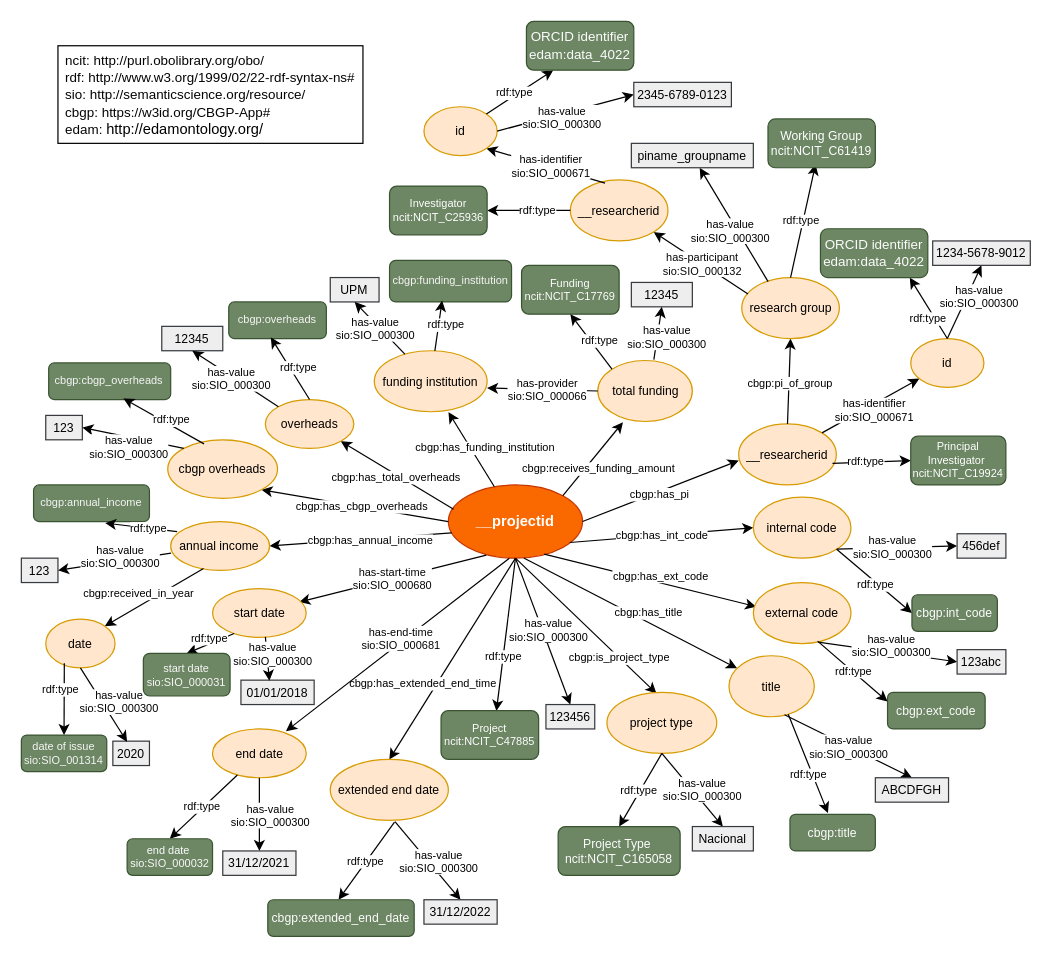
The draw.io diagram SemanticModels/projects-model.drawio in CBGP-UPM-INIA-PUBLIC/CBGP-Databases, before the edit. Source tidied: cells renumbered, new cells numbered last; positions are measured from the earlier drawing's top-left corner, leaving out a move shared by most shapes. Both pictures are drawn from the tidied source at 122%, with x=0, y=0 at pixel (21, 21).
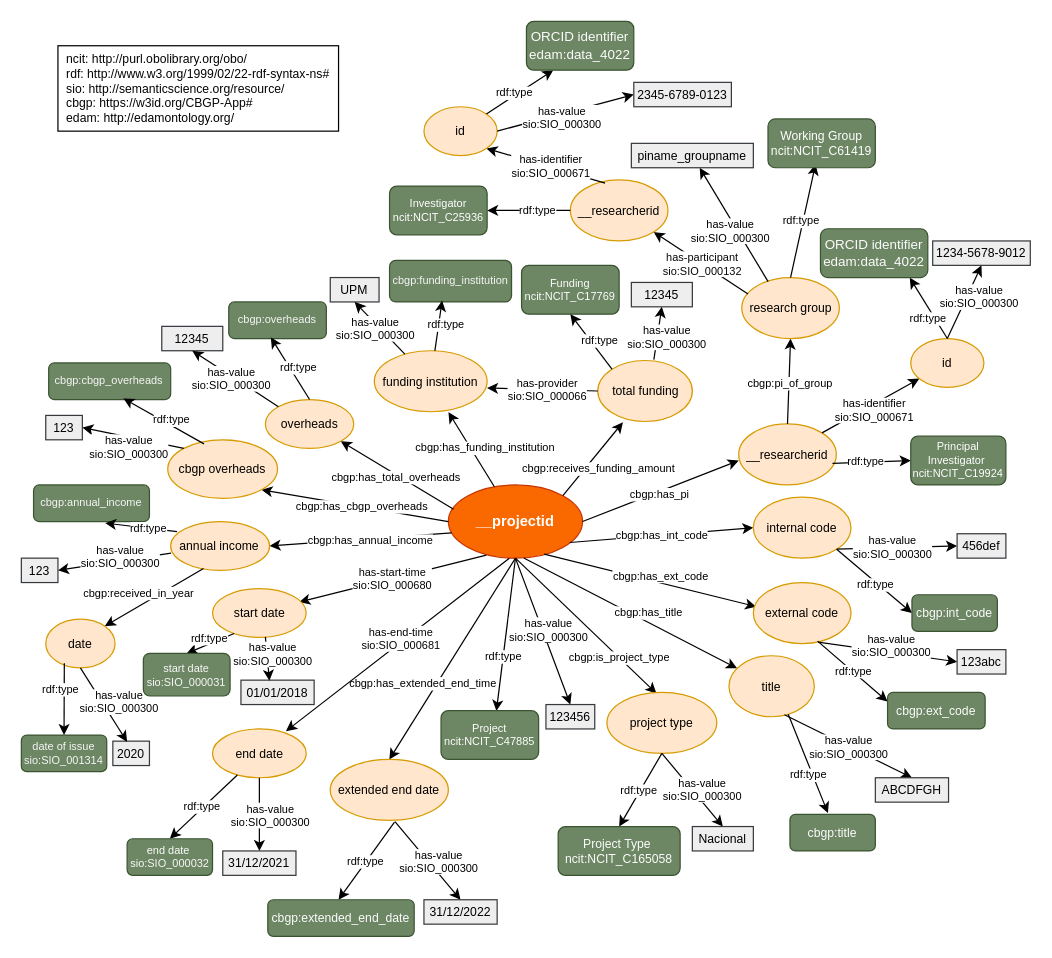
Above is the later version.

The edit, as a diff of the source:
```diff
@@
-    <mxCell id="8" value="&lt;div style=&quot;text-align: left;&quot;&gt;&lt;font style=&quot;font-size: 11px; color: light-dark(rgb(5, 5, 5), rgb(237, 237, 237));&quot;&gt;&lt;span style=&quot;background-color: transparent;&quot;&gt;ncit:&amp;nbsp;&lt;/span&gt;&lt;span style=&quot;background-color: transparent; font-family: &amp;quot;IBM Plex Sans&amp;quot;, Helvetica, Arial, sans-serif;&quot;&gt;http://purl.obolibrary.org/obo/&lt;/span&gt;&lt;/font&gt;&lt;/div&gt;&lt;div style=&quot;text-align: left;&quot;&gt;&lt;span style=&quot;font-family: &amp;quot;IBM Plex Sans&amp;quot;, Helvetica, Arial, sans-serif;&quot;&gt;&lt;font style=&quot;font-size: 11px; color: light-dark(rgb(5, 5, 5), rgb(237, 237, 237));&quot;&gt;rdf: http://www.w3.org/1999/02/22-rdf-syntax-ns#&lt;/font&gt;&lt;/span&gt;&lt;/div&gt;&lt;div style=&quot;text-align: left;&quot;&gt;&lt;font style=&quot;font-size: 11px; color: light-dark(rgb(5, 5, 5), rgb(237, 237, 237));&quot;&gt;&lt;span style=&quot;font-family: &amp;quot;IBM Plex Sans&amp;quot;, Helvetica, Arial, sans-serif;&quot;&gt;&lt;font style=&quot;&quot;&gt;sio:&amp;nbsp;&lt;/font&gt;&lt;/span&gt;&lt;span style=&quot;font-family: &amp;quot;IBM Plex Sans&amp;quot;, Helvetica, Arial, sans-serif; background-color: transparent;&quot;&gt;http://semanticscience.org/resource/&lt;/span&gt;&lt;/font&gt;&lt;/div&gt;&lt;div style=&quot;text-align: left;&quot;&gt;&lt;span style=&quot;font-family: &amp;quot;IBM Plex Sans&amp;quot;, Helvetica, Arial, sans-serif;&quot;&gt;&lt;font style=&quot;font-size: 11px; color: light-dark(rgb(5, 5, 5), rgb(237, 237, 237));&quot;&gt;cbgp: https://w3id.org/CBGP-App#&lt;/font&gt;&lt;/span&gt;&lt;/div&gt;&lt;div style=&quot;text-align: left;&quot;&gt;&lt;span style=&quot;font-family: &amp;quot;IBM Plex Sans&amp;quot;, Helvetica, Arial, sans-serif;&quot;&gt;&lt;font style=&quot;font-size: 11px; color: light-dark(rgb(5, 5, 5), rgb(237, 237, 237));&quot;&gt;edam: &lt;/font&gt;&lt;/span&gt;&lt;span&gt;http://edamontology.org/&lt;/span&gt;&lt;/div&gt;" style="text;html=1;align=center;verticalAlign=middle;whiteSpace=wrap;rounded=0;strokeColor=default;" parent="1" vertex="1">
-      <mxGeometry x="30" y="20" width="250" height="80" as="geometry" />
+    <mxCell id="8" value="&lt;div style=&quot;text-align: left;&quot;&gt;&lt;font style=&quot;color: light-dark(rgb(5, 5, 5), rgb(237, 237, 237));&quot;&gt;&lt;span style=&quot;&quot;&gt;ncit:&amp;nbsp;&lt;/span&gt;&lt;span style=&quot;font-family: &amp;quot;IBM Plex Sans&amp;quot;, Helvetica, Arial, sans-serif;&quot;&gt;http://purl.obolibrary.org/obo/&lt;/span&gt;&lt;/font&gt;&lt;/div&gt;&lt;div style=&quot;text-align: left;&quot;&gt;&lt;span style=&quot;font-family: &amp;quot;IBM Plex Sans&amp;quot;, Helvetica, Arial, sans-serif;&quot;&gt;&lt;font style=&quot;color: light-dark(rgb(5, 5, 5), rgb(237, 237, 237));&quot;&gt;rdf: http://www.w3.org/1999/02/22-rdf-syntax-ns#&lt;/font&gt;&lt;/span&gt;&lt;/div&gt;&lt;div style=&quot;text-align: left;&quot;&gt;&lt;font style=&quot;color: light-dark(rgb(5, 5, 5), rgb(237, 237, 237));&quot;&gt;&lt;span style=&quot;font-family: &amp;quot;IBM Plex Sans&amp;quot;, Helvetica, Arial, sans-serif;&quot;&gt;&lt;font&gt;sio:&amp;nbsp;&lt;/font&gt;&lt;/span&gt;&lt;span style=&quot;font-family: &amp;quot;IBM Plex Sans&amp;quot;, Helvetica, Arial, sans-serif;&quot;&gt;http://semanticscience.org/resource/&lt;/span&gt;&lt;/font&gt;&lt;/div&gt;&lt;div style=&quot;text-align: left;&quot;&gt;&lt;span style=&quot;font-family: &amp;quot;IBM Plex Sans&amp;quot;, Helvetica, Arial, sans-serif;&quot;&gt;&lt;font style=&quot;color: light-dark(rgb(5, 5, 5), rgb(237, 237, 237));&quot;&gt;cbgp: https://w3id.org/CBGP-App#&lt;/font&gt;&lt;/span&gt;&lt;/div&gt;&lt;div style=&quot;text-align: left;&quot;&gt;&lt;span style=&quot;font-family: &amp;quot;IBM Plex Sans&amp;quot;, Helvetica, Arial, sans-serif;&quot;&gt;&lt;font style=&quot;color: light-dark(rgb(5, 5, 5), rgb(237, 237, 237));&quot;&gt;edam: &lt;/font&gt;&lt;/span&gt;&lt;span&gt;http://edamontology.org/&lt;/span&gt;&lt;/div&gt;" style="text;html=1;align=center;verticalAlign=middle;whiteSpace=wrap;rounded=0;strokeColor=default;fontSize=10;labelBackgroundColor=default;fillColor=default;" parent="1" vertex="1">
+      <mxGeometry x="30" y="20" width="230" height="70" as="geometry" />
     </mxCell>
```
